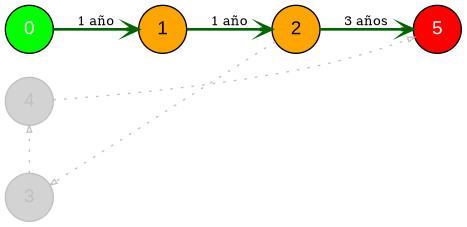
Above: Proyecto3/ReportsEquipment/REporteRe1_plan_1.png in emily2304/Proyecto3-IO (Graphviz), before the change. Its source is kept beside it as Proyecto3/ReportsEquipment/REporteRe1_plan_1.dot.
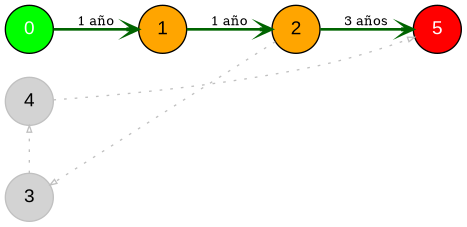
The same diagram one commit later.

The edit, as a diff of the source:
```diff
@@ -6,8 +6,8 @@
     "0" [fillcolor=green, fontcolor=white];
     "1" [fillcolor=orange];
     "2" [fillcolor=orange];
-    "3" [fillcolor=lightgray, color=gray, fontcolor=gray];
-    "4" [fillcolor=lightgray, color=gray, fontcolor=gray];
+    "3" [fillcolor=lightgray, color=gray, fontcolor=black];
+    "4" [fillcolor=lightgray, color=gray, fontcolor=black];
     "5" [fillcolor=red, fontcolor=white];
 
     "0" -> "1" [label="1 año", fontsize=10, color=darkgreen, penwidth=2.0];
```
